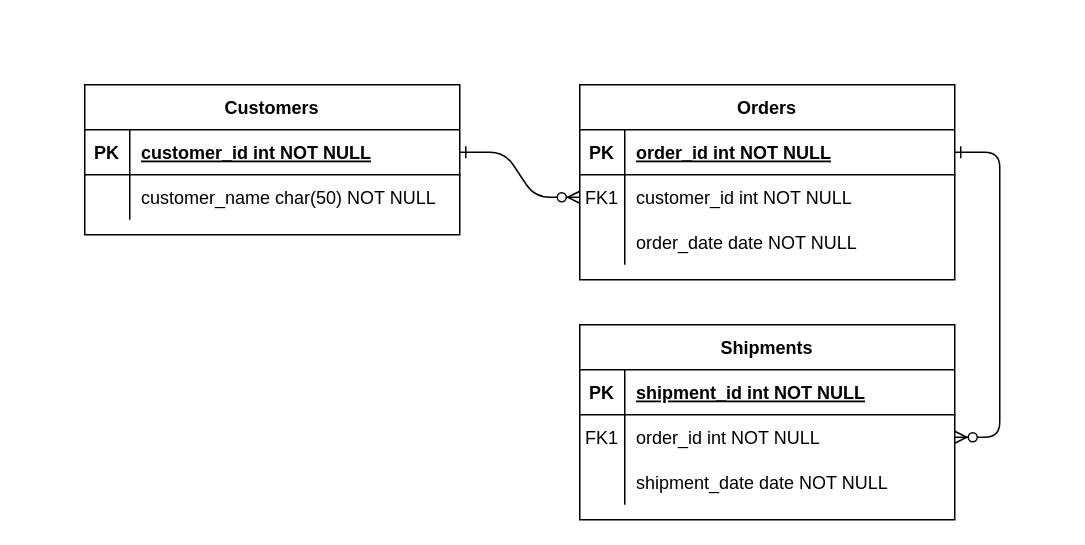
This is mini-project/document/ERD.drawio from HyeongSeop-Kim/warming-up-study-assignment, a draw.io file, before an edit. Source tidied: cells renumbered, new cells numbered last; positions are measured from the earlier drawing's top-left corner, leaving out a move shared by most shapes. Both pictures are drawn from the tidied source at 150%, with x=0, y=0 at pixel (84, 84).
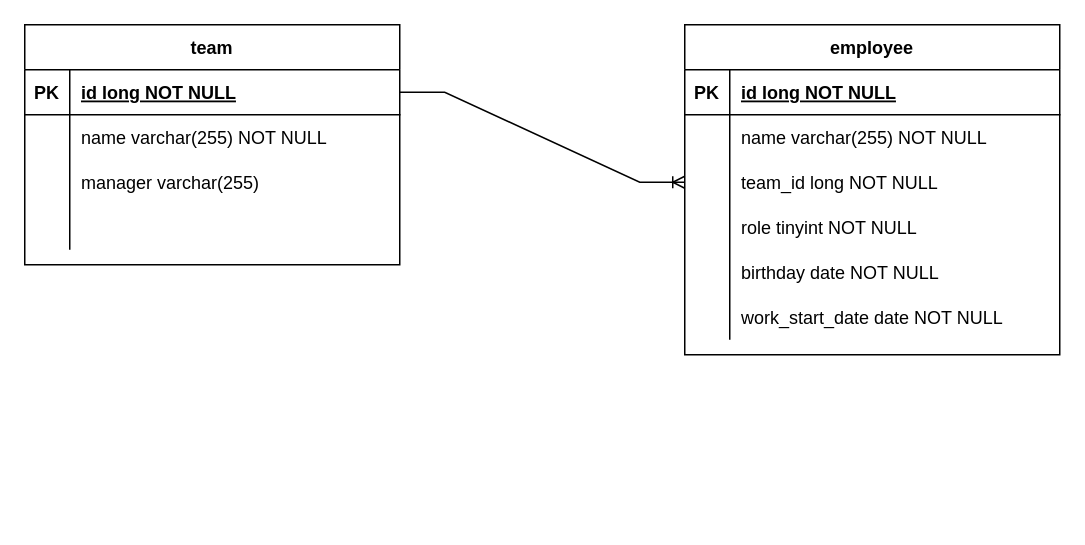
The same diagram, later.

Commit message:
ERD 업데이트

Unchanged cells that the change refers to:
```xml
<mxCell id="5" style="shape=partialRectangle;fillColor=none;points=[[0,0.5],[1,0.5]];portConstraint=eastwest;top=0;left=0;right=0;bottom=1;" parent="4" vertex="1">
  <mxGeometry y="30" width="250" height="30" as="geometry" />
</mxCell>
<mxCell id="8" style="shape=partialRectangle;fillColor=none;points=[[0,0.5],[1,0.5]];portConstraint=eastwest;top=0;left=0;right=0;bottom=0;" parent="4" vertex="1">
  <mxGeometry y="60" width="250" height="30" as="geometry" />
</mxCell>
<mxCell id="15" style="shape=partialRectangle;fillColor=none;top=0;left=0;right=0;bottom=1;" parent="14" vertex="1">
  <mxGeometry y="30" width="250" height="30" as="geometry" />
</mxCell>
<mxCell id="18" style="shape=partialRectangle;fillColor=none;points=[[0,0.5],[1,0.5]];portConstraint=eastwest;top=0;left=0;right=0;bottom=0;" parent="14" vertex="1">
  <mxGeometry y="60" width="250" height="30" as="geometry" />
</mxCell>
<mxCell id="21" style="shape=partialRectangle;fillColor=none;points=[[0,0.5],[1,0.5]];portConstraint=eastwest;top=0;left=0;right=0;bottom=0;" parent="14" vertex="1">
  <mxGeometry y="90" width="250" height="30" as="geometry" />
</mxCell>
```

The edit, as a diff of the source:
```diff
@@
-    <mxCell id="2" style="edgeStyle=entityRelationEdgeStyle;endArrow=ERzeroToMany;startArrow=ERone;endFill=1;startFill=0;" parent="1" edge="1" source="25" target="8">
-      <mxGeometry relative="1" as="geometry" />
-    </mxCell>
-    <mxCell id="3" style="edgeStyle=entityRelationEdgeStyle;endArrow=ERzeroToMany;startArrow=ERone;endFill=1;startFill=0;" parent="1" edge="1" source="5" target="18">
-      <mxGeometry relative="1" as="geometry" />
-    </mxCell>
-    <mxCell id="4" value="Orders" style="shape=table;startSize=30;childLayout=tableLayout;rowLines=0;fontStyle=1;align=center;" parent="1" vertex="1">
-      <mxGeometry x="330" width="250" height="130" as="geometry" />
+    <mxCell id="4" value="team" style="shape=table;startSize=30;childLayout=tableLayout;rowLines=0;fontStyle=1;align=center;" parent="1" vertex="1">
+      <mxGeometry x="-40" y="-40" width="250" height="160" as="geometry" />
     </mxCell>
@@
-    <mxCell id="7" value="order_id int NOT NULL " style="shape=partialRectangle;overflow=hidden;fillColor=none;top=0;left=0;bottom=0;right=0;align=left;spacingLeft=6;fontStyle=5;" parent="5" vertex="1">
+    <mxCell id="7" value="id long NOT NULL " style="shape=partialRectangle;overflow=hidden;fillColor=none;top=0;left=0;bottom=0;right=0;align=left;spacingLeft=6;fontStyle=5;" parent="5" vertex="1">
       <mxGeometry x="30" width="220" height="30" as="geometry" />
     </mxCell>
@@
-    <mxCell id="9" value="FK1" style="shape=partialRectangle;overflow=hidden;fillColor=none;top=0;left=0;bottom=0;right=0;" parent="8" vertex="1">
+    <mxCell id="9" style="shape=partialRectangle;overflow=hidden;fillColor=none;top=0;left=0;bottom=0;right=0;" parent="8" vertex="1">
       <mxGeometry width="30" height="30" as="geometry" />
     </mxCell>
-    <mxCell id="10" value="customer_id int NOT NULL" style="shape=partialRectangle;overflow=hidden;fillColor=none;top=0;left=0;bottom=0;right=0;align=left;spacingLeft=6;" parent="8" vertex="1">
+    <mxCell id="10" value="name varchar(255) NOT NULL" style="shape=partialRectangle;overflow=hidden;fillColor=none;top=0;left=0;bottom=0;right=0;align=left;spacingLeft=6;" parent="8" vertex="1">
       <mxGeometry x="30" width="220" height="30" as="geometry" />
     </mxCell>
+    <mxCell id="31" style="shape=partialRectangle;fillColor=none;top=0;left=0;right=0;bottom=0;" parent="4" vertex="1">
+      <mxGeometry y="90" width="250" height="30" as="geometry" />
+    </mxCell>
+    <mxCell id="32" style="shape=partialRectangle;overflow=hidden;fillColor=none;top=0;left=0;bottom=0;right=0;" parent="31" vertex="1">
+      <mxGeometry width="30" height="30" as="geometry" />
+    </mxCell>
+    <mxCell id="33" value="manager varchar(255) " style="shape=partialRectangle;overflow=hidden;fillColor=none;top=0;left=0;bottom=0;right=0;align=left;spacingLeft=6;" parent="31" vertex="1">
+      <mxGeometry x="30" width="220" height="30" as="geometry" />
+    </mxCell>
     <mxCell id="11" style="shape=partialRectangle;fillColor=none;top=0;left=0;right=0;bottom=0;" parent="4" vertex="1">
-      <mxGeometry y="90" width="250" height="30" as="geometry" />
+      <mxGeometry y="120" width="250" height="30" as="geometry" />
     </mxCell>
@@
-    <mxCell id="13" value="order_date date NOT NULL" style="shape=partialRectangle;overflow=hidden;fillColor=none;top=0;left=0;bottom=0;right=0;align=left;spacingLeft=6;" parent="11" vertex="1">
+    <mxCell id="13" style="shape=partialRectangle;overflow=hidden;fillColor=none;top=0;left=0;bottom=0;right=0;align=left;spacingLeft=6;" parent="11" vertex="1">
       <mxGeometry x="30" width="220" height="30" as="geometry" />
     </mxCell>
-    <mxCell id="14" value="Shipments" style="shape=table;startSize=30;childLayout=tableLayout;rowLines=0;fontStyle=1;align=center;" parent="1" vertex="1">
-      <mxGeometry x="330" y="160" width="250" height="130" as="geometry" />
+    <mxCell id="14" value="employee" style="shape=table;startSize=30;childLayout=tableLayout;rowLines=0;fontStyle=1;align=center;" parent="1" vertex="1">
+      <mxGeometry x="400" y="-40" width="250" height="220" as="geometry" />
     </mxCell>
@@
-    <mxCell id="17" value="shipment_id int NOT NULL " style="shape=partialRectangle;overflow=hidden;fillColor=none;top=0;left=0;bottom=0;right=0;align=left;spacingLeft=6;fontStyle=5;" parent="15" vertex="1">
+    <mxCell id="17" value="id long NOT NULL " style="shape=partialRectangle;overflow=hidden;fillColor=none;top=0;left=0;bottom=0;right=0;align=left;spacingLeft=6;fontStyle=5;" parent="15" vertex="1">
       <mxGeometry x="30" width="220" height="30" as="geometry" />
     </mxCell>
@@
-    <mxCell id="19" value="FK1" style="shape=partialRectangle;overflow=hidden;fillColor=none;top=0;left=0;bottom=0;right=0;" parent="18" vertex="1">
+    <mxCell id="19" style="shape=partialRectangle;overflow=hidden;fillColor=none;top=0;left=0;bottom=0;right=0;" parent="18" vertex="1">
       <mxGeometry width="30" height="30" as="geometry" />
     </mxCell>
-    <mxCell id="20" value="order_id int NOT NULL" style="shape=partialRectangle;overflow=hidden;fillColor=none;top=0;left=0;bottom=0;right=0;align=left;spacingLeft=6;" parent="18" vertex="1">
+    <mxCell id="20" value="name varchar(255) NOT NULL" style="shape=partialRectangle;overflow=hidden;fillColor=none;top=0;left=0;bottom=0;right=0;align=left;spacingLeft=6;" parent="18" vertex="1">
       <mxGeometry x="30" width="220" height="30" as="geometry" />
     </mxCell>
@@
-    <mxCell id="23" value="shipment_date date NOT NULL" style="shape=partialRectangle;overflow=hidden;fillColor=none;top=0;left=0;bottom=0;right=0;align=left;spacingLeft=6;" parent="21" vertex="1">
+    <mxCell id="23" value="team_id long NOT NULL" style="shape=partialRectangle;overflow=hidden;fillColor=none;top=0;left=0;bottom=0;right=0;align=left;spacingLeft=6;" parent="21" vertex="1">
       <mxGeometry x="30" width="220" height="30" as="geometry" />
     </mxCell>
-    <mxCell id="24" value="Customers" style="shape=table;startSize=30;childLayout=tableLayout;rowLines=0;fontStyle=1;align=center;" parent="1" vertex="1">
-      <mxGeometry width="250" height="100" as="geometry" />
-    </mxCell>
-    <mxCell id="25" style="shape=partialRectangle;fillColor=none;points=[[0,0.5],[1,0.5]];portConstraint=eastwest;top=0;left=0;right=0;bottom=1;" parent="24" vertex="1">
-      <mxGeometry y="30" width="250" height="30" as="geometry" />
-    </mxCell>
-    <mxCell id="26" value="PK" style="shape=partialRectangle;overflow=hidden;fillColor=none;top=0;left=0;bottom=0;right=0;fontStyle=1;" parent="25" vertex="1">
-      <mxGeometry width="30" height="30" as="geometry" />
-    </mxCell>
-    <mxCell id="27" value="customer_id int NOT NULL " style="shape=partialRectangle;overflow=hidden;fillColor=none;top=0;left=0;bottom=0;right=0;align=left;spacingLeft=6;fontStyle=5;" parent="25" vertex="1">
-      <mxGeometry x="30" width="220" height="30" as="geometry" />
-    </mxCell>
-    <mxCell id="28" style="shape=partialRectangle;fillColor=none;top=0;left=0;right=0;bottom=0;" parent="24" vertex="1">
-      <mxGeometry y="60" width="250" height="30" as="geometry" />
-    </mxCell>
-    <mxCell id="29" style="shape=partialRectangle;overflow=hidden;fillColor=none;top=0;left=0;bottom=0;right=0;" parent="28" vertex="1">
-      <mxGeometry width="30" height="30" as="geometry" />
-    </mxCell>
-    <mxCell id="30" value="customer_name char(50) NOT NULL" style="shape=partialRectangle;overflow=hidden;fillColor=none;top=0;left=0;bottom=0;right=0;align=left;spacingLeft=6;" parent="28" vertex="1">
-      <mxGeometry x="30" width="220" height="30" as="geometry" />
-    </mxCell>
+    <mxCell id="34" style="shape=partialRectangle;fillColor=none;top=0;left=0;right=0;bottom=0;" parent="14" vertex="1">
+      <mxGeometry y="120" width="250" height="30" as="geometry" />
+    </mxCell>
+    <mxCell id="35" style="shape=partialRectangle;overflow=hidden;fillColor=none;top=0;left=0;bottom=0;right=0;" parent="34" vertex="1">
+      <mxGeometry width="30" height="30" as="geometry" />
+    </mxCell>
+    <mxCell id="36" value="role tinyint NOT NULL" style="shape=partialRectangle;overflow=hidden;fillColor=none;top=0;left=0;bottom=0;right=0;align=left;spacingLeft=6;" parent="34" vertex="1">
+      <mxGeometry x="30" width="220" height="30" as="geometry" />
+    </mxCell>
+    <mxCell id="37" style="shape=partialRectangle;fillColor=none;top=0;left=0;right=0;bottom=0;" parent="14" vertex="1">
+      <mxGeometry y="150" width="250" height="30" as="geometry" />
+    </mxCell>
+    <mxCell id="38" style="shape=partialRectangle;overflow=hidden;fillColor=none;top=0;left=0;bottom=0;right=0;" parent="37" vertex="1">
+      <mxGeometry width="30" height="30" as="geometry" />
+    </mxCell>
+    <mxCell id="39" value="birthday date NOT NULL" style="shape=partialRectangle;overflow=hidden;fillColor=none;top=0;left=0;bottom=0;right=0;align=left;spacingLeft=6;" parent="37" vertex="1">
+      <mxGeometry x="30" width="220" height="30" as="geometry" />
+    </mxCell>
+    <mxCell id="40" style="shape=partialRectangle;fillColor=none;top=0;left=0;right=0;bottom=0;" parent="14" vertex="1">
+      <mxGeometry y="180" width="250" height="30" as="geometry" />
+    </mxCell>
+    <mxCell id="41" style="shape=partialRectangle;overflow=hidden;fillColor=none;top=0;left=0;bottom=0;right=0;" parent="40" vertex="1">
+      <mxGeometry width="30" height="30" as="geometry" />
+    </mxCell>
+    <mxCell id="42" value="work_start_date date NOT NULL" style="shape=partialRectangle;overflow=hidden;fillColor=none;top=0;left=0;bottom=0;right=0;align=left;spacingLeft=6;" parent="40" vertex="1">
+      <mxGeometry x="30" width="220" height="30" as="geometry" />
+    </mxCell>
+    <mxCell id="43" style="edgeStyle=entityRelationEdgeStyle;fontSize=12;html=1;endArrow=ERoneToMany;rounded=0;exitX=1;exitY=0.5;exitDx=0;exitDy=0;" parent="1" edge="1" source="5" target="21">
+      <mxGeometry relative="1" as="geometry" />
+    </mxCell>
```
